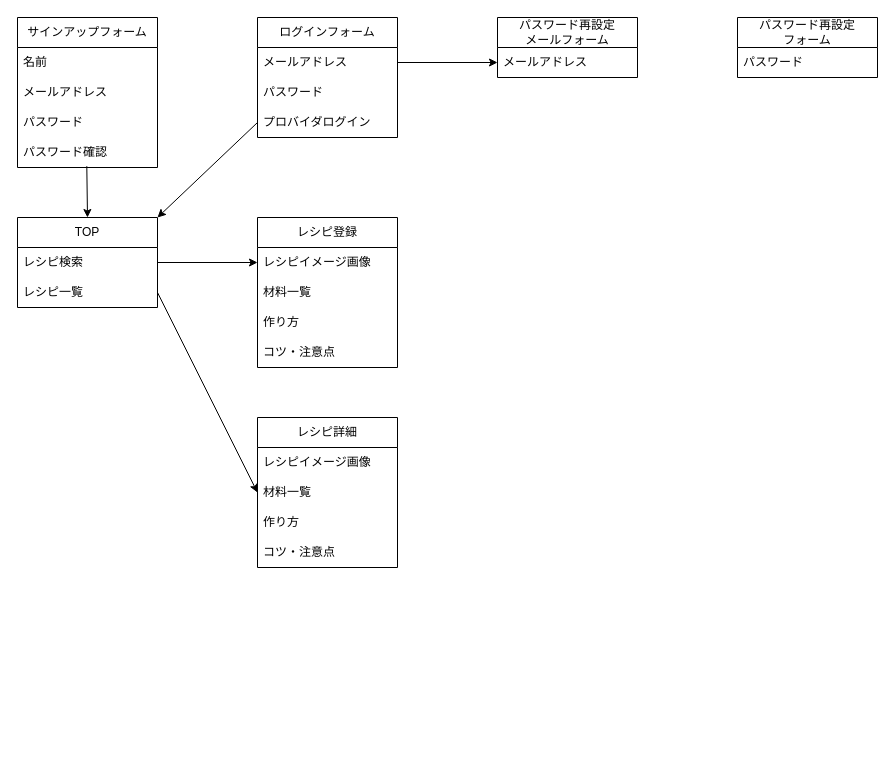
Before: docs/画面遷移図.drawio in shou1027/cookma, a draw.io diagram. Source tidied: cells renumbered, new cells numbered last; positions are measured from the earlier drawing's top-left corner, leaving out a move shared by most shapes. Both pictures are drawn from the tidied source at 100%, with x=0, y=0 at pixel (17, 17).
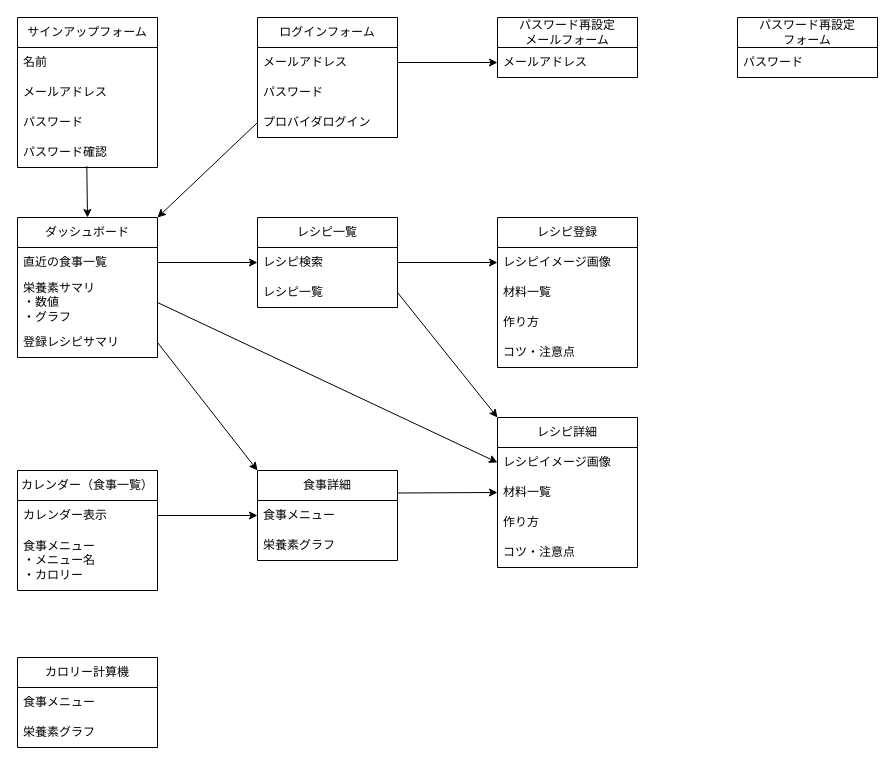
The same page after the edit.

Commit message:
ページ更新・追加

The change refers to these unchanged cells:
```xml
<mxCell id="4" value="レシピ検索" style="text;strokeColor=none;fillColor=none;align=left;verticalAlign=middle;spacingLeft=4;spacingRight=4;overflow=hidden;points=[[0,0.5],[1,0.5]];portConstraint=eastwest;whiteSpace=wrap;html=1;" parent="3" vertex="1">
  <mxGeometry y="30" width="140" height="30" as="geometry" />
</mxCell>
<mxCell id="5" value="レシピ一覧" style="text;strokeColor=none;fillColor=none;align=left;verticalAlign=middle;spacingLeft=4;spacingRight=4;overflow=hidden;points=[[0,0.5],[1,0.5]];portConstraint=eastwest;whiteSpace=wrap;html=1;" parent="3" vertex="1">
  <mxGeometry y="60" width="140" height="30" as="geometry" />
</mxCell>
<mxCell id="7" value="レシピイメージ画像" style="text;strokeColor=none;fillColor=none;align=left;verticalAlign=middle;spacingLeft=4;spacingRight=4;overflow=hidden;points=[[0,0.5],[1,0.5]];portConstraint=eastwest;whiteSpace=wrap;html=1;" parent="6" vertex="1">
  <mxGeometry y="30" width="140" height="30" as="geometry" />
</mxCell>
<mxCell id="8" value="材料一覧" style="text;strokeColor=none;fillColor=none;align=left;verticalAlign=middle;spacingLeft=4;spacingRight=4;overflow=hidden;points=[[0,0.5],[1,0.5]];portConstraint=eastwest;whiteSpace=wrap;html=1;" parent="6" vertex="1">
  <mxGeometry y="60" width="140" height="30" as="geometry" />
</mxCell>
<mxCell id="16" value="パスワード確認" style="text;strokeColor=none;fillColor=none;align=left;verticalAlign=middle;spacingLeft=4;spacingRight=4;overflow=hidden;points=[[0,0.5],[1,0.5]];portConstraint=eastwest;whiteSpace=wrap;html=1;" parent="12" vertex="1">
  <mxGeometry y="120" width="140" height="30" as="geometry" />
</mxCell>
<mxCell id="20" value="プロバイダログイン" style="text;strokeColor=none;fillColor=none;align=left;verticalAlign=middle;spacingLeft=4;spacingRight=4;overflow=hidden;points=[[0,0.5],[1,0.5]];portConstraint=eastwest;whiteSpace=wrap;html=1;" parent="17" vertex="1">
  <mxGeometry y="90" width="140" height="30" as="geometry" />
</mxCell>
```

Diff of the diagram source:
```diff
@@
-    <mxCell id="3" value="TOP" style="swimlane;fontStyle=0;horizontal=1;startSize=30;whiteSpace=wrap;html=1;" parent="1" vertex="1">
-      <mxGeometry y="200" width="140" height="90" as="geometry" />
+    <mxCell id="3" value="レシピ一覧" style="swimlane;fontStyle=0;horizontal=1;startSize=30;whiteSpace=wrap;html=1;" parent="1" vertex="1">
+      <mxGeometry x="240" y="200" width="140" height="90" as="geometry" />
     </mxCell>
@@
     <mxCell id="6" value="レシピ詳細" style="swimlane;fontStyle=0;horizontal=1;startSize=30;whiteSpace=wrap;html=1;" parent="1" vertex="1">
-      <mxGeometry x="240" y="400" width="140" height="150" as="geometry" />
+      <mxGeometry x="480" y="400" width="140" height="150" as="geometry" />
     </mxCell>
@@
-    <mxCell id="11" style="edgeStyle=none;html=1;exitX=0.495;exitY=0.956;exitDx=0;exitDy=0;entryX=0.5;entryY=0;entryDx=0;entryDy=0;exitPerimeter=0;" parent="1" edge="1" source="16" target="3">
+    <mxCell id="11" style="edgeStyle=none;html=1;exitX=0.495;exitY=0.956;exitDx=0;exitDy=0;entryX=0.5;entryY=0;entryDx=0;entryDy=0;exitPerimeter=0;" parent="1" edge="1" source="16" target="41">
       <mxGeometry relative="1" as="geometry" />
     </mxCell>
@@
     <mxCell id="25" value="レシピ登録" style="swimlane;fontStyle=0;horizontal=1;startSize=30;whiteSpace=wrap;html=1;" parent="1" vertex="1">
-      <mxGeometry x="240" y="200" width="140" height="150" as="geometry" />
+      <mxGeometry x="480" y="200" width="140" height="150" as="geometry" />
     </mxCell>
@@
-    <mxCell id="30" style="edgeStyle=none;html=1;exitX=1;exitY=0.5;exitDx=0;exitDy=0;entryX=0;entryY=0.5;entryDx=0;entryDy=0;" parent="1" edge="1" source="5" target="8">
+    <mxCell id="30" style="edgeStyle=none;html=1;exitX=1;exitY=0.5;exitDx=0;exitDy=0;entryX=0;entryY=0;entryDx=0;entryDy=0;" parent="1" edge="1" source="5" target="6">
       <mxGeometry relative="1" as="geometry" />
     </mxCell>
@@
-    <mxCell id="32" style="edgeStyle=none;html=1;exitX=0;exitY=0.5;exitDx=0;exitDy=0;entryX=1;entryY=0;entryDx=0;entryDy=0;" parent="1" edge="1" source="20" target="3">
+    <mxCell id="32" style="edgeStyle=none;html=1;exitX=0;exitY=0.5;exitDx=0;exitDy=0;entryX=1;entryY=0;entryDx=0;entryDy=0;" parent="1" edge="1" source="20" target="41">
       <mxGeometry relative="1" as="geometry" />
     </mxCell>
+    <mxCell id="33" value="カレンダー（食事一覧）" style="swimlane;fontStyle=0;horizontal=1;startSize=30;whiteSpace=wrap;html=1;" parent="1" vertex="1">
+      <mxGeometry y="453" width="140" height="120" as="geometry" />
+    </mxCell>
+    <mxCell id="34" value="カレンダー表示" style="text;strokeColor=none;fillColor=none;align=left;verticalAlign=middle;spacingLeft=4;spacingRight=4;overflow=hidden;points=[[0,0.5],[1,0.5]];portConstraint=eastwest;whiteSpace=wrap;html=1;" parent="33" vertex="1">
+      <mxGeometry y="30" width="140" height="30" as="geometry" />
+    </mxCell>
+    <mxCell id="35" value="食事メニュー&lt;br&gt;・メニュー名&lt;br&gt;・カロリー" style="text;strokeColor=none;fillColor=none;align=left;verticalAlign=middle;spacingLeft=4;spacingRight=4;overflow=hidden;whiteSpace=wrap;html=1;" parent="33" vertex="1">
+      <mxGeometry y="60" width="140" height="60" as="geometry" />
+    </mxCell>
+    <mxCell id="36" style="edgeStyle=none;html=1;exitX=1;exitY=0.25;exitDx=0;exitDy=0;entryX=0;entryY=0.5;entryDx=0;entryDy=0;" parent="1" edge="1" source="37" target="8">
+      <mxGeometry relative="1" as="geometry" />
+    </mxCell>
+    <mxCell id="37" value="食事詳細" style="swimlane;fontStyle=0;horizontal=1;startSize=30;whiteSpace=wrap;html=1;" parent="1" vertex="1">
+      <mxGeometry x="240" y="453" width="140" height="90" as="geometry" />
+    </mxCell>
+    <mxCell id="38" value="食事メニュー" style="text;strokeColor=none;fillColor=none;align=left;verticalAlign=middle;spacingLeft=4;spacingRight=4;overflow=hidden;points=[[0,0.5],[1,0.5]];portConstraint=eastwest;whiteSpace=wrap;html=1;" parent="37" vertex="1">
+      <mxGeometry y="30" width="140" height="30" as="geometry" />
+    </mxCell>
+    <mxCell id="39" value="栄養素グラフ" style="text;strokeColor=none;fillColor=none;align=left;verticalAlign=middle;spacingLeft=4;spacingRight=4;overflow=hidden;whiteSpace=wrap;html=1;" parent="37" vertex="1">
+      <mxGeometry y="60" width="140" height="30" as="geometry" />
+    </mxCell>
+    <mxCell id="40" style="edgeStyle=none;html=1;exitX=1;exitY=0.5;exitDx=0;exitDy=0;entryX=0;entryY=0.5;entryDx=0;entryDy=0;" parent="1" edge="1" source="34" target="38">
+      <mxGeometry relative="1" as="geometry" />
+    </mxCell>
+    <mxCell id="41" value="ダッシュボード" style="swimlane;fontStyle=0;horizontal=1;startSize=30;whiteSpace=wrap;html=1;" parent="1" vertex="1">
+      <mxGeometry y="200" width="140" height="140" as="geometry" />
+    </mxCell>
+    <mxCell id="42" value="直近の食事一覧" style="text;strokeColor=none;fillColor=none;align=left;verticalAlign=middle;spacingLeft=4;spacingRight=4;overflow=hidden;points=[[0,0.5],[1,0.5]];portConstraint=eastwest;whiteSpace=wrap;html=1;" parent="41" vertex="1">
+      <mxGeometry y="30" width="140" height="30" as="geometry" />
+    </mxCell>
+    <mxCell id="43" value="栄養素サマリ&lt;br&gt;・数値&lt;br&gt;・グラフ" style="text;strokeColor=none;fillColor=none;align=left;verticalAlign=middle;spacingLeft=4;spacingRight=4;overflow=hidden;points=[[0,0.5],[1,0.5]];portConstraint=eastwest;whiteSpace=wrap;html=1;" parent="41" vertex="1">
+      <mxGeometry y="60" width="140" height="50" as="geometry" />
+    </mxCell>
+    <mxCell id="44" value="登録レシピサマリ" style="text;strokeColor=none;fillColor=none;align=left;verticalAlign=middle;spacingLeft=4;spacingRight=4;overflow=hidden;points=[[0,0.5],[1,0.5]];portConstraint=eastwest;whiteSpace=wrap;html=1;" parent="41" vertex="1">
+      <mxGeometry y="110" width="140" height="30" as="geometry" />
+    </mxCell>
+    <mxCell id="45" style="edgeStyle=none;html=1;exitX=1;exitY=0.5;exitDx=0;exitDy=0;entryX=0;entryY=0.5;entryDx=0;entryDy=0;" parent="1" edge="1" source="42" target="4">
+      <mxGeometry relative="1" as="geometry" />
+    </mxCell>
+    <mxCell id="46" style="edgeStyle=none;html=1;exitX=1;exitY=0.5;exitDx=0;exitDy=0;entryX=0;entryY=0.5;entryDx=0;entryDy=0;" parent="1" edge="1" source="43" target="7">
+      <mxGeometry relative="1" as="geometry" />
+    </mxCell>
+    <mxCell id="47" style="edgeStyle=none;html=1;exitX=1;exitY=0.5;exitDx=0;exitDy=0;entryX=0;entryY=0;entryDx=0;entryDy=0;" parent="1" edge="1" source="44" target="37">
+      <mxGeometry relative="1" as="geometry" />
+    </mxCell>
+    <mxCell id="48" value="カロリー計算機" style="swimlane;fontStyle=0;horizontal=1;startSize=30;whiteSpace=wrap;html=1;" parent="1" vertex="1">
+      <mxGeometry y="640" width="140" height="90" as="geometry" />
+    </mxCell>
+    <mxCell id="49" value="食事メニュー" style="text;strokeColor=none;fillColor=none;align=left;verticalAlign=middle;spacingLeft=4;spacingRight=4;overflow=hidden;whiteSpace=wrap;html=1;" parent="48" vertex="1">
+      <mxGeometry y="30" width="140" height="30" as="geometry" />
+    </mxCell>
+    <mxCell id="50" value="栄養素グラフ" style="text;strokeColor=none;fillColor=none;align=left;verticalAlign=middle;spacingLeft=4;spacingRight=4;overflow=hidden;whiteSpace=wrap;html=1;" parent="48" vertex="1">
+      <mxGeometry y="60" width="140" height="30" as="geometry" />
+    </mxCell>
```
